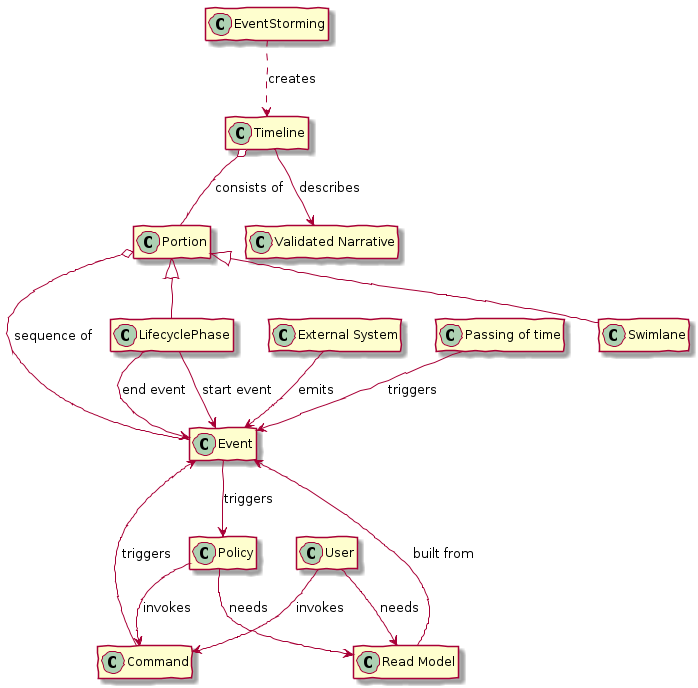
Before: event-storming.png, a diagram exported from PlantUML (cer/event-storming-model).
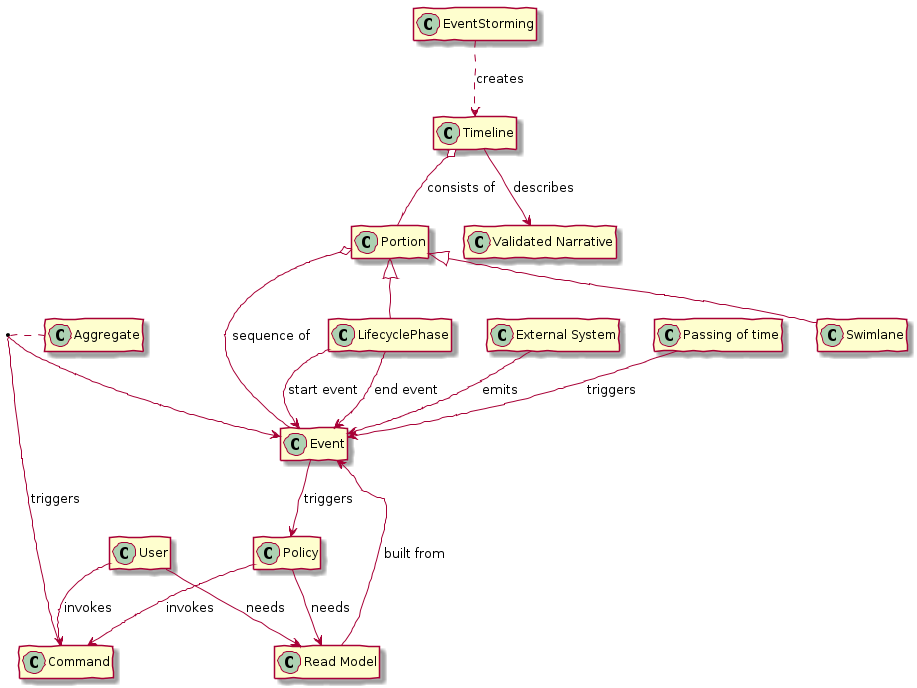
Above is the later version.

The edit, as a diff of the source:
```diff
@@ -28,6 +28,7 @@
 Portion o-- Event : sequence of
 
 Command --> Event : triggers
+(Command, Event) . Aggregate
 
 User --> Command : invokes
 
```
